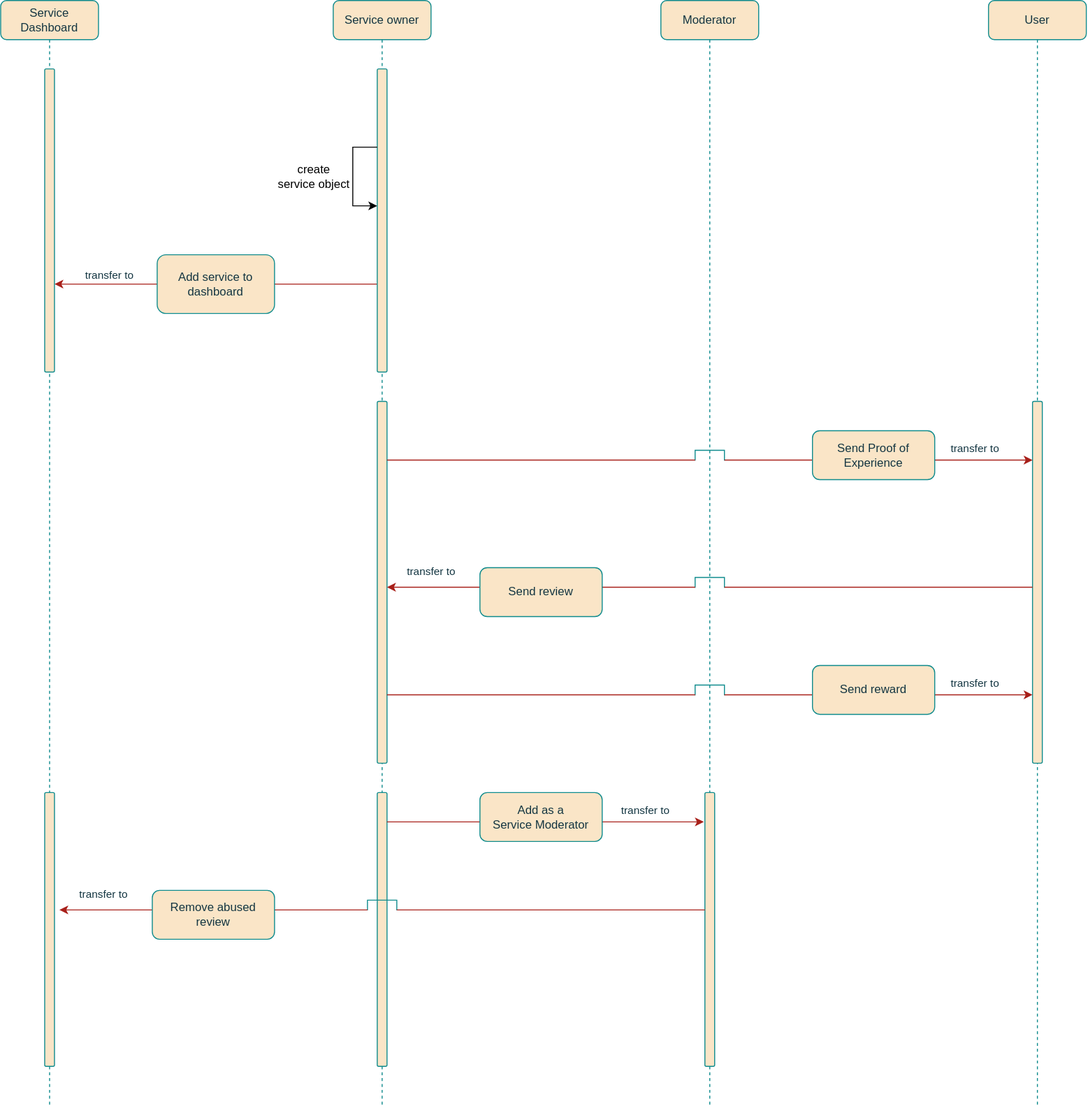
Earlier version of the draw.io export Seq_Diagram.drawio.svg (devan-ko/rating_poc). Source tidied: cells renumbered, new cells last; positions are measured from the earlier drawing's top-left corner, leaving out a move shared by most shapes. The source it was exported from:
```xml
<mxGraphModel background="#FFFFFF">
  <root>
    <mxCell id="0" />
    <mxCell id="1" parent="0" />
    <mxCell id="2" style="endArrow=classic;html=1;rounded=0;labelBackgroundColor=none;strokeColor=#A8201A;fontColor=default;" parent="1" edge="1">
      <mxGeometry relative="1" as="geometry">
        <mxPoint x="385" y="290" as="sourcePoint" />
        <mxPoint x="55" y="290" as="targetPoint" />
      </mxGeometry>
    </mxCell>
    <mxCell id="3" value="transfer to" style="edgeLabel;html=1;align=center;verticalAlign=middle;labelBackgroundColor=none;fontColor=#143642;" parent="2" vertex="1">
      <mxGeometry x="0.19" relative="1" as="geometry">
        <mxPoint x="-78" y="-10" as="offset" />
      </mxGeometry>
    </mxCell>
    <mxCell id="4" value="Service owner" style="shape=umlLifeline;perimeter=lifelinePerimeter;whiteSpace=wrap;html=1;newEdgeStyle={&quot;edgeStyle&quot;:&quot;elbowEdgeStyle&quot;,&quot;elbow&quot;:&quot;vertical&quot;,&quot;curved&quot;:0,&quot;rounded&quot;:0};labelBackgroundColor=none;rounded=1;fillColor=#FAE5C7;strokeColor=#0F8B8D;fontColor=#143642;" parent="1" vertex="1">
      <mxGeometry x="340" width="100" height="1130" as="geometry" />
    </mxCell>
    <mxCell id="5" style="html=1;perimeter=orthogonalPerimeter;targetShapes=umlLifeline;newEdgeStyle={&quot;curved&quot;:0,&quot;rounded&quot;:0};labelBackgroundColor=none;rounded=1;fillColor=#FAE5C7;strokeColor=#0F8B8D;fontColor=#143642;" parent="4" vertex="1">
      <mxGeometry x="45" y="410" width="10" height="370" as="geometry" />
    </mxCell>
    <mxCell id="6" style="html=1;points=[[0,0,0,0,5],[0,1,0,0,-5],[1,0,0,0,5],[1,1,0,0,-5]];perimeter=orthogonalPerimeter;outlineConnect=0;targetShapes=umlLifeline;portConstraint=eastwest;newEdgeStyle={&quot;curved&quot;:0,&quot;rounded&quot;:0};labelBackgroundColor=none;rounded=1;fillColor=#FAE5C7;strokeColor=#0F8B8D;fontColor=#143642;" parent="4" vertex="1">
      <mxGeometry x="45" y="810" width="10" height="280" as="geometry" />
    </mxCell>
    <mxCell id="7" style="html=1;perimeter=orthogonalPerimeter;targetShapes=umlLifeline;newEdgeStyle={&quot;curved&quot;:0,&quot;rounded&quot;:0};labelBackgroundColor=none;rounded=1;fillColor=#FAE5C7;strokeColor=#0F8B8D;fontColor=#143642;" parent="4" vertex="1">
      <mxGeometry x="45" y="70" width="10" height="310" as="geometry" />
    </mxCell>
    <mxCell id="8" style="endArrow=classic;html=1;rounded=0;" parent="4" edge="1">
      <mxGeometry relative="1" as="geometry">
        <mxPoint x="45" y="150" as="sourcePoint" />
        <mxPoint x="45" y="210" as="targetPoint" />
        <Array as="points">
          <mxPoint x="30" y="150" />
          <mxPoint x="20" y="150" />
          <mxPoint x="20" y="160" />
          <mxPoint x="20" y="170" />
          <mxPoint x="20" y="210" />
        </Array>
      </mxGeometry>
    </mxCell>
    <mxCell id="9" value="User" style="shape=umlLifeline;perimeter=lifelinePerimeter;whiteSpace=wrap;html=1;newEdgeStyle={&quot;edgeStyle&quot;:&quot;elbowEdgeStyle&quot;,&quot;elbow&quot;:&quot;vertical&quot;,&quot;curved&quot;:0,&quot;rounded&quot;:0};labelBackgroundColor=none;rounded=1;fillColor=#FAE5C7;strokeColor=#0F8B8D;fontColor=#143642;" parent="1" vertex="1">
      <mxGeometry x="1010" width="100" height="1130" as="geometry" />
    </mxCell>
    <mxCell id="10" style="html=1;perimeter=orthogonalPerimeter;targetShapes=umlLifeline;newEdgeStyle={&quot;curved&quot;:0,&quot;rounded&quot;:0};labelBackgroundColor=none;rounded=1;fillColor=#FAE5C7;strokeColor=#0F8B8D;fontColor=#143642;" parent="9" vertex="1">
      <mxGeometry x="45" y="410" width="10" height="370" as="geometry" />
    </mxCell>
    <mxCell id="11" style="endArrow=classic;html=1;rounded=1;jumpStyle=arc;jumpSize=30;labelBackgroundColor=none;fontColor=default;strokeColor=#A8201A;" parent="1" edge="1">
      <mxGeometry relative="1" as="geometry">
        <mxPoint x="60" y="670" as="sourcePoint" />
        <mxPoint x="60" y="670" as="targetPoint" />
      </mxGeometry>
    </mxCell>
    <mxCell id="12" value="Moderator" style="shape=umlLifeline;perimeter=lifelinePerimeter;whiteSpace=wrap;html=1;newEdgeStyle={&quot;edgeStyle&quot;:&quot;elbowEdgeStyle&quot;,&quot;elbow&quot;:&quot;vertical&quot;,&quot;curved&quot;:0,&quot;rounded&quot;:0};strokeOpacity=100;labelBackgroundColor=none;rounded=1;fillColor=#FAE5C7;strokeColor=#0F8B8D;fontColor=#143642;" parent="1" vertex="1">
      <mxGeometry x="675" width="100" height="1130" as="geometry" />
    </mxCell>
    <mxCell id="13" style="html=1;points=[[0,0,0,0,5],[0,1,0,0,-5],[1,0,0,0,5],[1,1,0,0,-5]];perimeter=orthogonalPerimeter;outlineConnect=0;targetShapes=umlLifeline;portConstraint=eastwest;newEdgeStyle={&quot;curved&quot;:0,&quot;rounded&quot;:0};labelBackgroundColor=none;rounded=1;fillColor=#FAE5C7;strokeColor=#0F8B8D;fontColor=#143642;" parent="12" vertex="1">
      <mxGeometry x="45" y="810" width="10" height="280" as="geometry" />
    </mxCell>
    <mxCell id="14" value="Service Dashboard" style="shape=umlLifeline;perimeter=lifelinePerimeter;whiteSpace=wrap;html=1;newEdgeStyle={&quot;edgeStyle&quot;:&quot;elbowEdgeStyle&quot;,&quot;elbow&quot;:&quot;vertical&quot;,&quot;curved&quot;:0,&quot;rounded&quot;:0};labelBackgroundColor=none;rounded=1;fillColor=#FAE5C7;strokeColor=#0F8B8D;fontColor=#143642;" parent="1" vertex="1">
      <mxGeometry width="100" height="1130" as="geometry" />
    </mxCell>
    <mxCell id="15" style="html=1;perimeter=orthogonalPerimeter;targetShapes=umlLifeline;newEdgeStyle={&quot;curved&quot;:0,&quot;rounded&quot;:0};labelBackgroundColor=none;rounded=1;fillColor=#FAE5C7;strokeColor=#0F8B8D;fontColor=#143642;" parent="14" vertex="1">
      <mxGeometry x="45" y="70" width="10" height="310" as="geometry" />
    </mxCell>
    <mxCell id="16" style="html=1;perimeter=orthogonalPerimeter;targetShapes=umlLifeline;newEdgeStyle={&quot;curved&quot;:0,&quot;rounded&quot;:0};labelBackgroundColor=none;rounded=1;fillColor=#FAE5C7;strokeColor=#0F8B8D;fontColor=#143642;" parent="14" vertex="1">
      <mxGeometry x="45" y="810" width="10" height="280" as="geometry" />
    </mxCell>
    <mxCell id="17" value="Add service to dashboard" style="rounded=1;whiteSpace=wrap;html=1;labelBackgroundColor=none;fillColor=#FAE5C7;strokeColor=#0F8B8D;fontColor=#143642;" parent="1" vertex="1">
      <mxGeometry x="160" y="260" width="120" height="60" as="geometry" />
    </mxCell>
    <mxCell id="18" value="create&lt;br&gt;service object" style="text;html=1;align=center;verticalAlign=middle;strokeColor=none;fillColor=none;" parent="1" vertex="1">
      <mxGeometry x="270" y="160" width="100" height="40" as="geometry" />
    </mxCell>
    <mxCell id="19" style="shape=partialRectangle;whiteSpace=wrap;html=1;bottom=1;right=1;left=1;top=0;fillColor=none;routingCenterX=-0.5;direction=west;labelBackgroundColor=none;rounded=1;strokeColor=#0F8B8D;fontColor=#143642;flipV=0;" parent="1" vertex="1">
      <mxGeometry x="375" y="920" width="30" height="10" as="geometry" />
    </mxCell>
    <mxCell id="20" style="endArrow=none;html=1;rounded=1;entryX=1;entryY=0;entryDx=0;entryDy=0;labelBackgroundColor=none;fontColor=default;strokeColor=#A8201A;startArrow=classic;startFill=1;" parent="1" edge="1" target="19">
      <mxGeometry relative="1" as="geometry">
        <mxPoint x="60" y="930" as="sourcePoint" />
      </mxGeometry>
    </mxCell>
    <mxCell id="21" style="endArrow=none;html=1;rounded=1;labelBackgroundColor=none;fontColor=default;strokeColor=#A8201A;endFill=0;" parent="1" edge="1">
      <mxGeometry relative="1" as="geometry">
        <mxPoint x="405" y="930" as="sourcePoint" />
        <mxPoint x="720" y="930" as="targetPoint" />
      </mxGeometry>
    </mxCell>
    <mxCell id="22" value="transfer to" style="edgeLabel;html=1;align=center;verticalAlign=middle;labelBackgroundColor=none;fontColor=#143642;" parent="21" vertex="1">
      <mxGeometry x="0.63" y="2" relative="1" as="geometry">
        <mxPoint x="-556" y="-15" as="offset" />
      </mxGeometry>
    </mxCell>
    <mxCell id="23" value="Remove abused review" style="html=1;whiteSpace=wrap;labelBackgroundColor=none;rounded=1;fillColor=#FAE5C7;strokeColor=#0F8B8D;fontColor=#143642;" parent="1" vertex="1">
      <mxGeometry x="155" y="910" width="125" height="50" as="geometry" />
    </mxCell>
    <mxCell id="24" style="shape=partialRectangle;whiteSpace=wrap;html=1;bottom=1;right=1;left=1;top=0;fillColor=none;routingCenterX=-0.5;direction=west;labelBackgroundColor=none;rounded=1;strokeColor=#0F8B8D;fontColor=#143642;" parent="1" vertex="1">
      <mxGeometry x="710" y="700" width="30" height="10" as="geometry" />
    </mxCell>
    <mxCell id="25" style="endArrow=none;html=1;rounded=1;entryX=1;entryY=0;entryDx=0;entryDy=0;labelBackgroundColor=none;fontColor=default;strokeColor=#A8201A;" parent="1" edge="1" target="24">
      <mxGeometry relative="1" as="geometry">
        <mxPoint x="395" y="710" as="sourcePoint" />
      </mxGeometry>
    </mxCell>
    <mxCell id="26" style="endArrow=classic;html=1;rounded=1;labelBackgroundColor=none;fontColor=default;strokeColor=#A8201A;" parent="1" edge="1">
      <mxGeometry relative="1" as="geometry">
        <mxPoint x="740" y="710" as="sourcePoint" />
        <mxPoint x="1055" y="710" as="targetPoint" />
      </mxGeometry>
    </mxCell>
    <mxCell id="27" value="transfer to" style="edgeLabel;html=1;align=center;verticalAlign=middle;labelBackgroundColor=none;fontColor=#143642;" parent="26" vertex="1">
      <mxGeometry x="0.63" y="2" relative="1" as="geometry">
        <mxPoint y="-11" as="offset" />
      </mxGeometry>
    </mxCell>
    <mxCell id="28" value="Send reward" style="html=1;whiteSpace=wrap;labelBackgroundColor=none;rounded=1;fillColor=#FAE5C7;strokeColor=#0F8B8D;fontColor=#143642;" parent="1" vertex="1">
      <mxGeometry x="830" y="680" width="125" height="50" as="geometry" />
    </mxCell>
    <mxCell id="29" style="shape=partialRectangle;whiteSpace=wrap;html=1;bottom=1;right=1;left=1;top=0;fillColor=none;routingCenterX=-0.5;direction=west;labelBackgroundColor=none;rounded=1;strokeColor=#0F8B8D;fontColor=#143642;" parent="1" vertex="1">
      <mxGeometry x="710" y="460" width="30" height="10" as="geometry" />
    </mxCell>
    <mxCell id="30" style="endArrow=none;html=1;rounded=1;entryX=1;entryY=0;entryDx=0;entryDy=0;labelBackgroundColor=none;fontColor=default;strokeColor=#A8201A;" parent="1" edge="1" target="29">
      <mxGeometry relative="1" as="geometry">
        <mxPoint x="395" y="470" as="sourcePoint" />
      </mxGeometry>
    </mxCell>
    <mxCell id="31" style="endArrow=classic;html=1;rounded=1;labelBackgroundColor=none;fontColor=default;strokeColor=#A8201A;" parent="1" edge="1">
      <mxGeometry relative="1" as="geometry">
        <mxPoint x="740" y="470" as="sourcePoint" />
        <mxPoint x="1055" y="470" as="targetPoint" />
      </mxGeometry>
    </mxCell>
    <mxCell id="32" value="transfer to" style="edgeLabel;html=1;align=center;verticalAlign=middle;labelBackgroundColor=none;fontColor=#143642;" parent="31" vertex="1">
      <mxGeometry x="0.63" y="2" relative="1" as="geometry">
        <mxPoint y="-11" as="offset" />
      </mxGeometry>
    </mxCell>
    <mxCell id="33" value="Send Proof of Experience" style="html=1;whiteSpace=wrap;labelBackgroundColor=none;rounded=1;fillColor=#FAE5C7;strokeColor=#0F8B8D;fontColor=#143642;" parent="1" vertex="1">
      <mxGeometry x="830" y="440" width="125" height="50" as="geometry" />
    </mxCell>
    <mxCell id="34" style="shape=partialRectangle;whiteSpace=wrap;html=1;bottom=1;right=1;left=1;top=0;fillColor=none;routingCenterX=-0.5;direction=west;labelBackgroundColor=none;rounded=1;strokeColor=#0F8B8D;fontColor=#143642;flipV=0;" parent="1" vertex="1">
      <mxGeometry x="710" y="590" width="30" height="10" as="geometry" />
    </mxCell>
    <mxCell id="35" style="endArrow=none;html=1;rounded=1;entryX=1;entryY=0;entryDx=0;entryDy=0;labelBackgroundColor=none;fontColor=default;strokeColor=#A8201A;startArrow=classic;startFill=1;" parent="1" edge="1" target="34">
      <mxGeometry relative="1" as="geometry">
        <mxPoint x="395" y="600" as="sourcePoint" />
      </mxGeometry>
    </mxCell>
    <mxCell id="36" style="endArrow=none;html=1;rounded=1;labelBackgroundColor=none;fontColor=default;strokeColor=#A8201A;endFill=0;" parent="1" edge="1">
      <mxGeometry relative="1" as="geometry">
        <mxPoint x="740" y="600" as="sourcePoint" />
        <mxPoint x="1055" y="600" as="targetPoint" />
      </mxGeometry>
    </mxCell>
    <mxCell id="37" value="transfer to" style="edgeLabel;html=1;align=center;verticalAlign=middle;labelBackgroundColor=none;fontColor=#143642;" parent="36" vertex="1">
      <mxGeometry x="0.63" y="2" relative="1" as="geometry">
        <mxPoint x="-556" y="-15" as="offset" />
      </mxGeometry>
    </mxCell>
    <mxCell id="38" value="Send review" style="html=1;whiteSpace=wrap;labelBackgroundColor=none;rounded=1;fillColor=#FAE5C7;strokeColor=#0F8B8D;fontColor=#143642;" parent="1" vertex="1">
      <mxGeometry x="490" y="580" width="125" height="50" as="geometry" />
    </mxCell>
    <mxCell id="39" style="endArrow=classic;html=1;rounded=1;labelBackgroundColor=none;fontColor=default;strokeColor=#A8201A;entryX=-0.108;entryY=0.107;entryDx=0;entryDy=0;entryPerimeter=0;" parent="1" edge="1" source="6" target="13">
      <mxGeometry relative="1" as="geometry" />
    </mxCell>
    <mxCell id="40" value="transfer to" style="edgeLabel;html=1;align=center;verticalAlign=middle;labelBackgroundColor=none;fontColor=#143642;" parent="39" vertex="1">
      <mxGeometry x="0.63" y="2" relative="1" as="geometry">
        <mxPoint y="-11" as="offset" />
      </mxGeometry>
    </mxCell>
    <mxCell id="41" value="Add as a &lt;br&gt;Service Moderator" style="html=1;whiteSpace=wrap;labelBackgroundColor=none;rounded=1;fillColor=#FAE5C7;strokeColor=#0F8B8D;fontColor=#143642;" parent="1" vertex="1">
      <mxGeometry x="490" y="810" width="125" height="50" as="geometry" />
    </mxCell>
  </root>
</mxGraphModel>
```
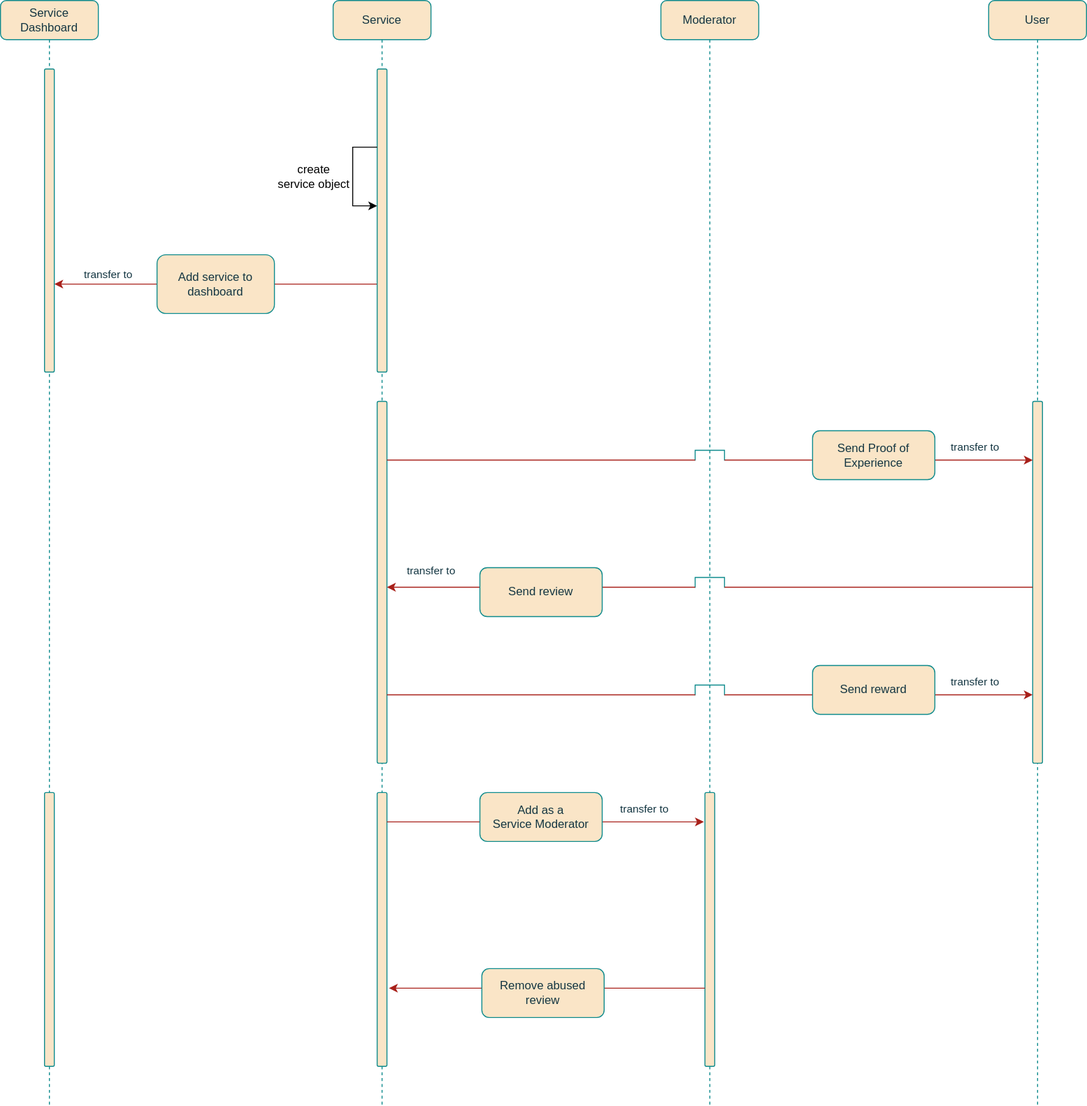
Later version of the same file.

What changed in the source:
```diff
@@ -13,7 +13,7 @@
         <mxPoint x="-78" y="-10" as="offset" />
       </mxGeometry>
     </mxCell>
-    <mxCell id="4" value="Service owner" style="shape=umlLifeline;perimeter=lifelinePerimeter;whiteSpace=wrap;html=1;newEdgeStyle={&quot;edgeStyle&quot;:&quot;elbowEdgeStyle&quot;,&quot;elbow&quot;:&quot;vertical&quot;,&quot;curved&quot;:0,&quot;rounded&quot;:0};labelBackgroundColor=none;rounded=1;fillColor=#FAE5C7;strokeColor=#0F8B8D;fontColor=#143642;" parent="1" vertex="1">
+    <mxCell id="4" value="Service" style="shape=umlLifeline;perimeter=lifelinePerimeter;whiteSpace=wrap;html=1;newEdgeStyle={&quot;edgeStyle&quot;:&quot;elbowEdgeStyle&quot;,&quot;elbow&quot;:&quot;vertical&quot;,&quot;curved&quot;:0,&quot;rounded&quot;:0};labelBackgroundColor=none;rounded=1;fillColor=#FAE5C7;strokeColor=#0F8B8D;fontColor=#143642;" parent="1" vertex="1">
       <mxGeometry x="340" width="100" height="1130" as="geometry" />
     </mxCell>
     <mxCell id="5" style="html=1;perimeter=orthogonalPerimeter;targetShapes=umlLifeline;newEdgeStyle={&quot;curved&quot;:0,&quot;rounded&quot;:0};labelBackgroundColor=none;rounded=1;fillColor=#FAE5C7;strokeColor=#0F8B8D;fontColor=#143642;" parent="4" vertex="1">
@@ -71,27 +71,13 @@
     <mxCell id="18" value="create&lt;br&gt;service object" style="text;html=1;align=center;verticalAlign=middle;strokeColor=none;fillColor=none;" parent="1" vertex="1">
       <mxGeometry x="270" y="160" width="100" height="40" as="geometry" />
     </mxCell>
-    <mxCell id="19" style="shape=partialRectangle;whiteSpace=wrap;html=1;bottom=1;right=1;left=1;top=0;fillColor=none;routingCenterX=-0.5;direction=west;labelBackgroundColor=none;rounded=1;strokeColor=#0F8B8D;fontColor=#143642;flipV=0;" parent="1" vertex="1">
-      <mxGeometry x="375" y="920" width="30" height="10" as="geometry" />
-    </mxCell>
-    <mxCell id="20" style="endArrow=none;html=1;rounded=1;entryX=1;entryY=0;entryDx=0;entryDy=0;labelBackgroundColor=none;fontColor=default;strokeColor=#A8201A;startArrow=classic;startFill=1;" parent="1" edge="1" target="19">
+    <mxCell id="20" style="endArrow=none;html=1;rounded=1;labelBackgroundColor=none;fontColor=default;strokeColor=#A8201A;startArrow=classic;startFill=1;" parent="1" edge="1" target="13">
       <mxGeometry relative="1" as="geometry">
-        <mxPoint x="60" y="930" as="sourcePoint" />
+        <mxPoint x="397" y="1010" as="sourcePoint" />
       </mxGeometry>
     </mxCell>
-    <mxCell id="21" style="endArrow=none;html=1;rounded=1;labelBackgroundColor=none;fontColor=default;strokeColor=#A8201A;endFill=0;" parent="1" edge="1">
-      <mxGeometry relative="1" as="geometry">
-        <mxPoint x="405" y="930" as="sourcePoint" />
-        <mxPoint x="720" y="930" as="targetPoint" />
-      </mxGeometry>
-    </mxCell>
-    <mxCell id="22" value="transfer to" style="edgeLabel;html=1;align=center;verticalAlign=middle;labelBackgroundColor=none;fontColor=#143642;" parent="21" vertex="1">
-      <mxGeometry x="0.63" y="2" relative="1" as="geometry">
-        <mxPoint x="-556" y="-15" as="offset" />
-      </mxGeometry>
-    </mxCell>
     <mxCell id="23" value="Remove abused review" style="html=1;whiteSpace=wrap;labelBackgroundColor=none;rounded=1;fillColor=#FAE5C7;strokeColor=#0F8B8D;fontColor=#143642;" parent="1" vertex="1">
-      <mxGeometry x="155" y="910" width="125" height="50" as="geometry" />
+      <mxGeometry x="492" y="990" width="125" height="50" as="geometry" />
     </mxCell>
     <mxCell id="24" style="shape=partialRectangle;whiteSpace=wrap;html=1;bottom=1;right=1;left=1;top=0;fillColor=none;routingCenterX=-0.5;direction=west;labelBackgroundColor=none;rounded=1;strokeColor=#0F8B8D;fontColor=#143642;" parent="1" vertex="1">
       <mxGeometry x="710" y="700" width="30" height="10" as="geometry" />
```
